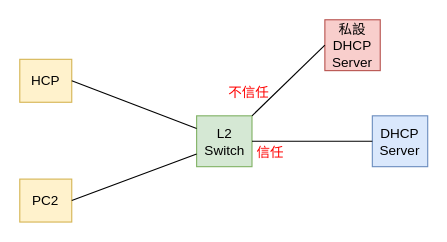
Before: test_git/DHCP_Snooping.drawio in pos1229/test, a draw.io diagram. Source tidied: cells renumbered, new cells numbered last; positions are measured from the earlier drawing's top-left corner, leaving out a move shared by most shapes. Both pictures are drawn from the tidied source at 113%, with x=0, y=0 at pixel (19, 19).
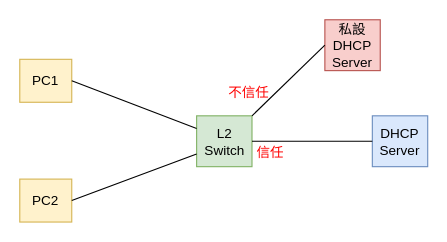
The same diagram, later.

Change to the diagram source:
```diff
@@
 <mxGraphModel>
   <root>
     <mxCell id="0" />
     <mxCell id="1" parent="0" />
-    <mxCell id="2" value="HCP" style="rounded=0;whiteSpace=wrap;html=1;fillColor=#fff2cc;strokeColor=#d6b656;" parent="1" vertex="1">
+    <mxCell id="2" value="PC1" style="rounded=0;whiteSpace=wrap;html=1;fillColor=#fff2cc;strokeColor=#d6b656;" parent="1" vertex="1">
       <mxGeometry y="35" width="46" height="38" as="geometry" />
     </mxCell>
     <mxCell id="3" value="PC2" style="rounded=0;whiteSpace=wrap;html=1;fillColor=#fff2cc;strokeColor=#d6b656;" parent="1" vertex="1">
       <mxGeometry y="141" width="46" height="38" as="geometry" />
     </mxCell>
     <mxCell id="4" value="L2&lt;br&gt;Switch" style="rounded=0;whiteSpace=wrap;html=1;fillColor=#d5e8d4;strokeColor=#82b366;" parent="1" vertex="1">
       <mxGeometry x="156.5" y="85" width="49" height="45" as="geometry" />
     </mxCell>
     <mxCell id="5" value="私設&lt;br&gt;DHCP Server" style="rounded=0;whiteSpace=wrap;html=1;fillColor=#f8cecc;strokeColor=#b85450;" parent="1" vertex="1">
       <mxGeometry x="270" width="49" height="45" as="geometry" />
     </mxCell>
     <mxCell id="6" value="DHCP Server" style="rounded=0;whiteSpace=wrap;html=1;fillColor=#dae8fc;strokeColor=#6c8ebf;" parent="1" vertex="1">
       <mxGeometry x="312" y="85" width="49" height="45" as="geometry" />
     </mxCell>
     <mxCell id="7" style="endArrow=none;html=1;exitX=0;exitY=0.25;exitDx=0;exitDy=0;entryX=1;entryY=0.5;entryDx=0;entryDy=0;" parent="1" edge="1" source="4" target="2">
       <mxGeometry relative="1" as="geometry" />
     </mxCell>
     <mxCell id="8" style="endArrow=none;html=1;exitX=0;exitY=0.75;exitDx=0;exitDy=0;entryX=1;entryY=0.5;entryDx=0;entryDy=0;" parent="1" edge="1" source="4" target="3">
       <mxGeometry relative="1" as="geometry" />
     </mxCell>
     <mxCell id="9" style="endArrow=none;html=1;exitX=1;exitY=0;exitDx=0;exitDy=0;entryX=0;entryY=0.5;entryDx=0;entryDy=0;" parent="1" edge="1" source="4" target="5">
       <mxGeometry relative="1" as="geometry" />
     </mxCell>
     <mxCell id="10" style="endArrow=none;html=1;exitX=0;exitY=0.5;exitDx=0;exitDy=0;entryX=1;entryY=0.5;entryDx=0;entryDy=0;" parent="1" edge="1" source="6" target="4">
       <mxGeometry relative="1" as="geometry" />
     </mxCell>
     <mxCell id="11" value="&lt;font color=&quot;#FF0000&quot;&gt;信任&lt;/font&gt;" style="text;html=1;strokeColor=none;fillColor=none;align=center;verticalAlign=middle;whiteSpace=wrap;rounded=0;" parent="1" vertex="1">
       <mxGeometry x="202" y="108" width="40" height="20" as="geometry" />
     </mxCell>
     <mxCell id="12" value="&lt;font color=&quot;#FF0000&quot;&gt;不信任&lt;/font&gt;" style="text;html=1;strokeColor=none;fillColor=none;align=center;verticalAlign=middle;whiteSpace=wrap;rounded=0;" parent="1" vertex="1">
       <mxGeometry x="183" y="55" width="40" height="20" as="geometry" />
     </mxCell>
   </root>
 </mxGraphModel>
```
